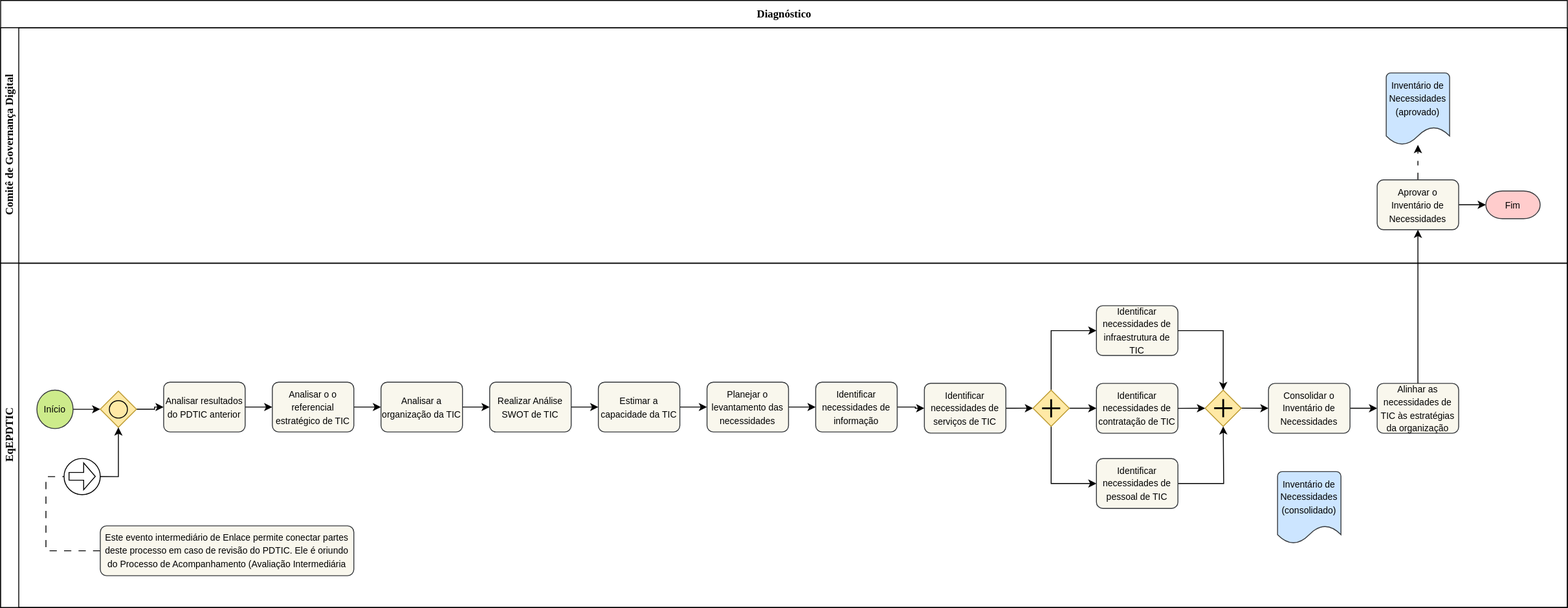
Earlier version of the draw.io export fluxo_diagnostico.drawio.svg (Bariand/diagramas-gestao-ufpel). Source tidied: cells renumbered, new cells last; positions are measured from the earlier drawing's top-left corner, leaving out a move shared by most shapes.
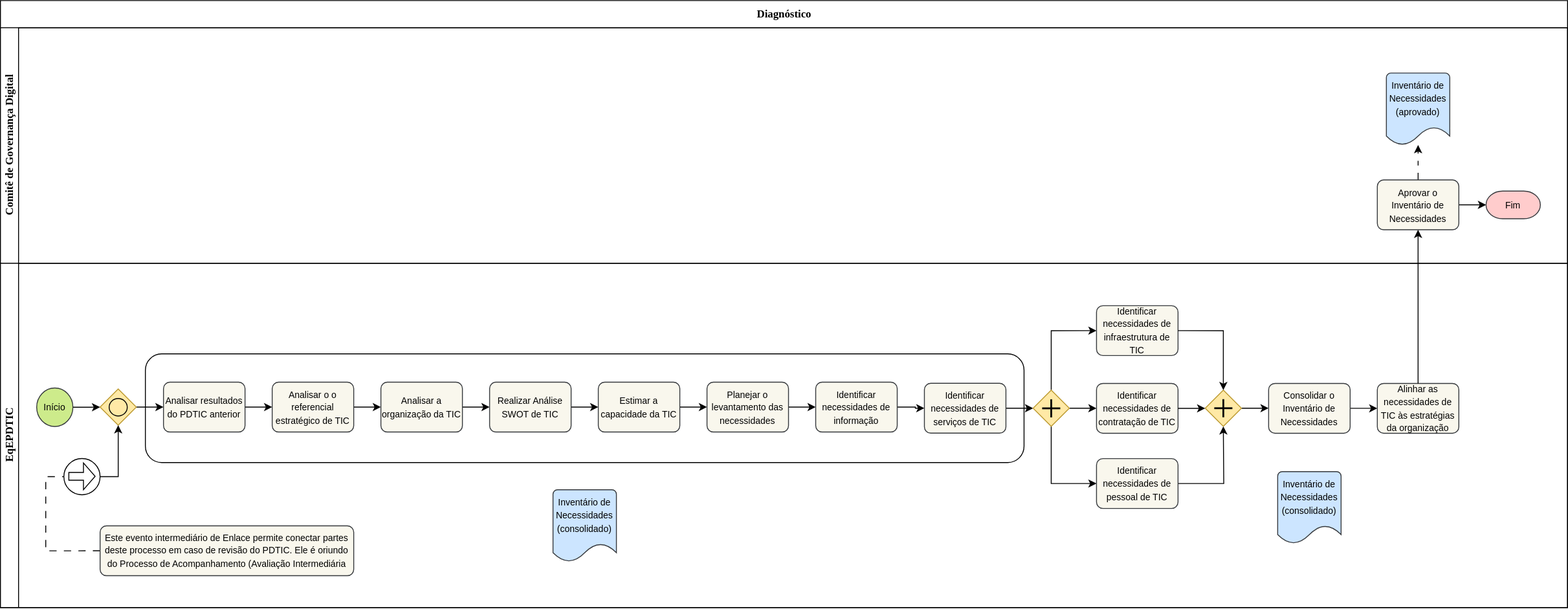
Above is the later version.

What changed in the source:
```diff
@@ -128,7 +128,7 @@
       <mxGeometry relative="1" as="geometry" />
     </mxCell>
     <mxCell id="29" value="&lt;font style=&quot;font-size: 10px;&quot;&gt;Início&lt;/font&gt;" style="strokeWidth=1;html=1;shape=mxgraph.flowchart.start_2;whiteSpace=wrap;fillColor=#cdeb8b;strokeColor=#36393d;swimlaneLine=1;shadow=0;" parent="14" vertex="1">
-      <mxGeometry x="40" y="140" width="40" height="42.5" as="geometry" />
+      <mxGeometry x="40" y="137.6" width="40" height="42.5" as="geometry" />
     </mxCell>
     <mxCell id="30" style="edgeStyle=orthogonalEdgeStyle;rounded=0;jettySize=auto;html=1;" parent="14" edge="1" source="31" target="35">
       <mxGeometry relative="1" as="geometry" />
@@ -140,7 +140,7 @@
       <mxGeometry relative="1" as="geometry" />
     </mxCell>
     <mxCell id="33" style="strokeWidth=1;html=1;shape=mxgraph.flowchart.decision;whiteSpace=wrap;fillColor=light-dark(#ffe9a6, #281d00);strokeColor=light-dark(#bc992e, #6d5100);" parent="14" vertex="1">
-      <mxGeometry x="110" y="141.1" width="40" height="40" as="geometry" />
+      <mxGeometry x="110" y="138.7" width="40" height="40" as="geometry" />
     </mxCell>
     <mxCell id="34" style="edgeStyle=orthogonalEdgeStyle;rounded=0;jettySize=auto;html=1;" parent="14" edge="1" source="35" target="37">
       <mxGeometry relative="1" as="geometry" />
@@ -256,7 +256,7 @@
       </mxGeometry>
     </mxCell>
     <mxCell id="67" style="ellipse;whiteSpace=wrap;html=1;fillColor=none;" parent="14" vertex="1">
-      <mxGeometry x="120" y="151.6" width="20" height="19.3" as="geometry" />
+      <mxGeometry x="120" y="149.2" width="20" height="19.3" as="geometry" />
     </mxCell>
     <mxCell id="68" value="&lt;font style=&quot;font-size: 10px;&quot;&gt;Inventário de Necessidades (consolidado)&lt;/font&gt;" style="strokeWidth=1;html=1;shape=mxgraph.flowchart.document2;whiteSpace=wrap;size=0.25;verticalAlign=top;fillColor=#cce5ff;strokeColor=#36393d;swimlaneLine=1;shadow=0;" parent="14" vertex="1">
       <mxGeometry x="1410" y="230" width="70" height="79.5" as="geometry" />
@@ -279,6 +279,12 @@
     <mxCell id="73" style="edgeStyle=orthogonalEdgeStyle;rounded=0;jettySize=auto;html=1;exitX=1;exitY=0.5;exitDx=0;exitDy=0;entryX=0.5;entryY=1;entryDx=0;entryDy=0;entryPerimeter=0;" parent="14" edge="1" source="71" target="33">
       <mxGeometry relative="1" as="geometry" />
     </mxCell>
+    <mxCell id="75" value="&lt;font style=&quot;font-size: 10px;&quot;&gt;Inventário de Necessidades (consolidado)&lt;/font&gt;" style="strokeWidth=1;html=1;shape=mxgraph.flowchart.document2;whiteSpace=wrap;size=0.25;verticalAlign=top;fillColor=#cce5ff;strokeColor=#36393d;swimlaneLine=1;shadow=0;" parent="14" vertex="1">
+      <mxGeometry x="610" y="250" width="70" height="79.5" as="geometry" />
+    </mxCell>
+    <mxCell id="76" style="rounded=1;whiteSpace=wrap;html=1;fillColor=none;" parent="14" vertex="1">
+      <mxGeometry x="160" y="100" width="970" height="120" as="geometry" />
+    </mxCell>
     <mxCell id="74" style="edgeStyle=orthogonalEdgeStyle;rounded=0;jettySize=auto;html=1;exitX=0.5;exitY=0;exitDx=0;exitDy=0;entryX=0.5;entryY=1;entryDx=0;entryDy=0;" parent="2" edge="1" source="60" target="11">
       <mxGeometry relative="1" as="geometry" />
     </mxCell>
```
